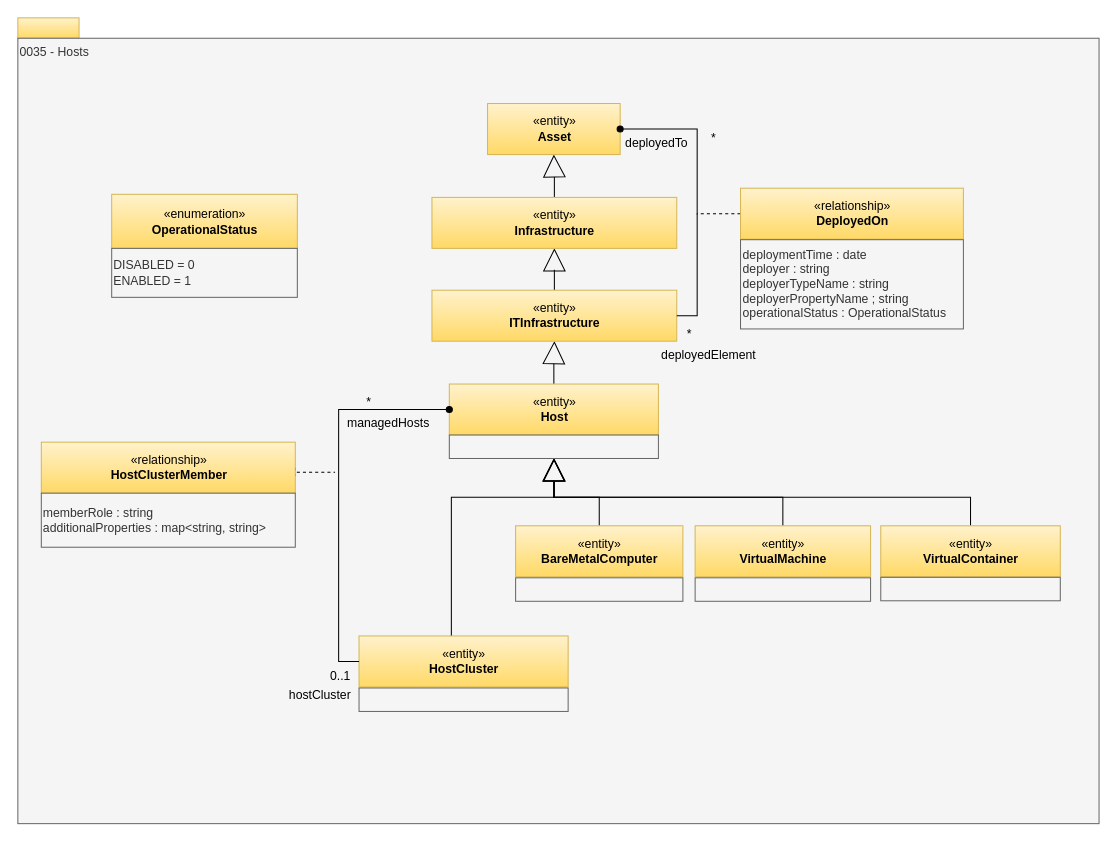
The draw.io diagram page "0035-Complex-Hosts" (21 of 32) of site/docs/types/0/area-0-basic-types-and-infrastructure.drawio in odpi/egeria-docs, before the edit. Source tidied: cells renumbered, new cells numbered last; positions are measured from the earlier drawing's top-left corner, leaving out a move shared by most shapes. Both pictures are drawn from the tidied source at 102%, with x=0, y=0 at pixel (17, 17).
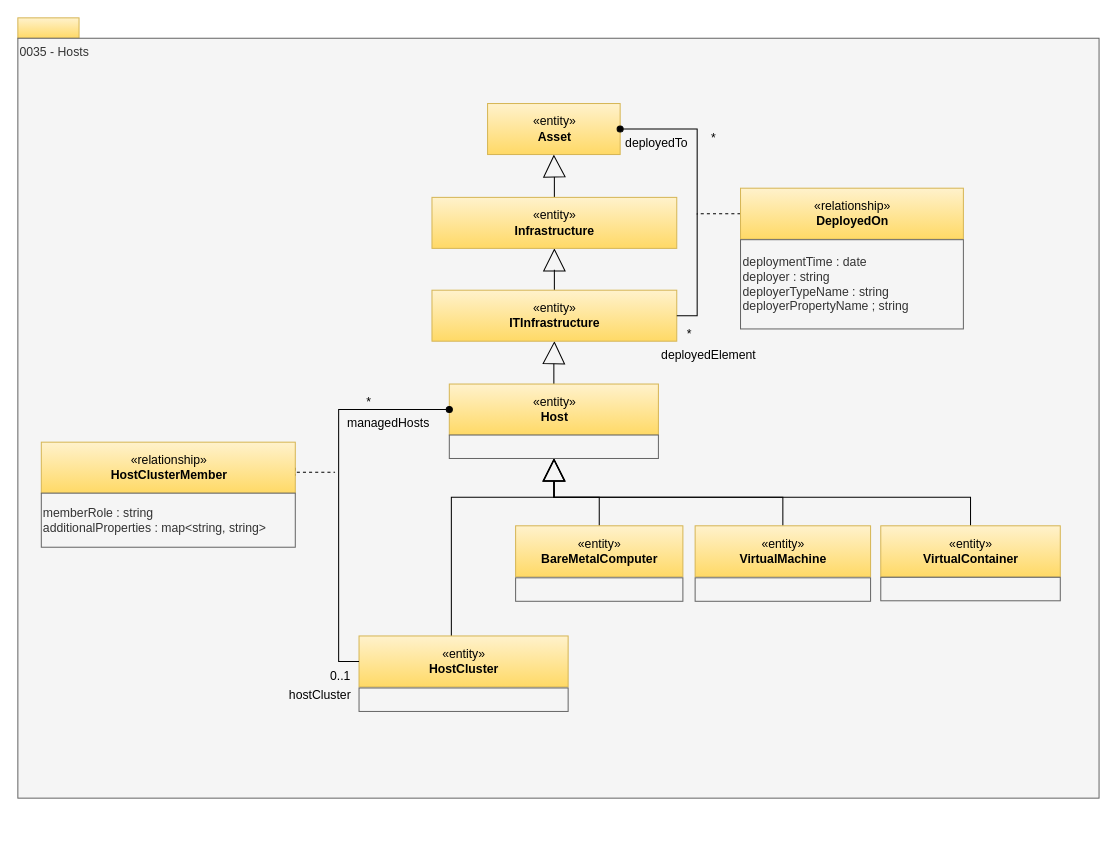
After the change.

What changed in the source:
```diff
@@
     <mxCell id="3" value="0035 - Hosts" style="rounded=0;whiteSpace=wrap;html=1;align=left;verticalAlign=top;fillColor=#f5f5f5;fontColor=#333333;strokeColor=#666666;" parent="1" vertex="1">
-      <mxGeometry y="20" width="1060" height="770" as="geometry" />
+      <mxGeometry y="20" width="1060" height="745" as="geometry" />
     </mxCell>
@@
-    <mxCell id="33" value="&lt;span&gt;deploymentTime : date&lt;/span&gt;&lt;br&gt;&lt;span&gt;deployer : string&lt;/span&gt;&lt;br&gt;&lt;span&gt;deployerTypeName : string&lt;/span&gt;&lt;br&gt;&lt;span&gt;deployerPropertyName ; string&lt;/span&gt;&lt;br&gt;&lt;span&gt;operationalStatus : OperationalStatus&lt;/span&gt;" style="rounded=0;whiteSpace=wrap;html=1;strokeColor=#666666;align=left;fillColor=#f5f5f5;fontColor=#333333;" parent="1" vertex="1">
+    <mxCell id="33" value="&lt;span&gt;deploymentTime : date&lt;/span&gt;&lt;br&gt;&lt;span&gt;deployer : string&lt;/span&gt;&lt;br&gt;&lt;span&gt;deployerTypeName : string&lt;/span&gt;&lt;br&gt;&lt;span&gt;deployerPropertyName ; string&lt;/span&gt;" style="rounded=0;whiteSpace=wrap;html=1;strokeColor=#666666;align=left;fillColor=#f5f5f5;fontColor=#333333;" parent="1" vertex="1">
       <mxGeometry x="708.5" y="217.5" width="218.5" height="87.5" as="geometry" />
     </mxCell>
@@
-    <mxCell id="38" value="«enumeration»&lt;br&gt;&lt;b&gt;OperationalStatus&lt;/b&gt;" style="html=1;strokeColor=#d6b656;align=center;fillColor=#fff2cc;gradientColor=#ffd966;" parent="1" vertex="1">
-      <mxGeometry x="92" y="173" width="182" height="53" as="geometry" />
-    </mxCell>
-    <mxCell id="39" value="DISABLED = 0&lt;br&gt;ENABLED = 1&lt;br&gt;" style="rounded=0;whiteSpace=wrap;html=1;strokeColor=#666666;align=left;fillColor=#f5f5f5;fontColor=#333333;" parent="1" vertex="1">
-      <mxGeometry x="92" y="226" width="182" height="48" as="geometry" />
-    </mxCell>
```
